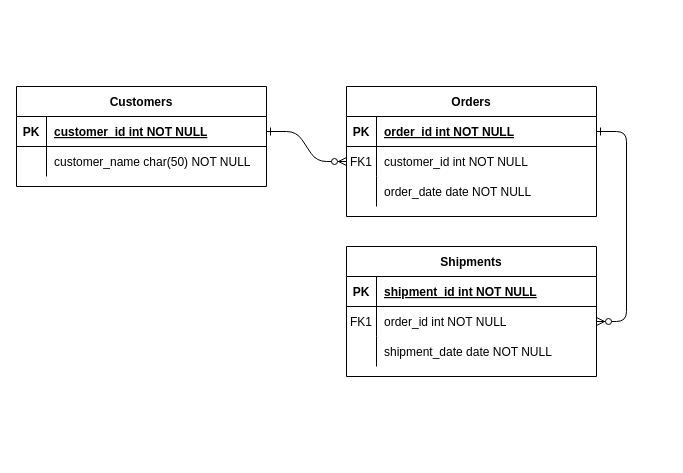
This is Untitled Diagram.drawio from arongsnuna/rsp, a draw.io file, before an edit. Source tidied: cells renumbered, new cells numbered last; positions are measured from the earlier drawing's top-left corner, leaving out a move shared by most shapes. Both pictures are drawn from the tidied source at 100%, with x=0, y=0 at pixel (16, 86).
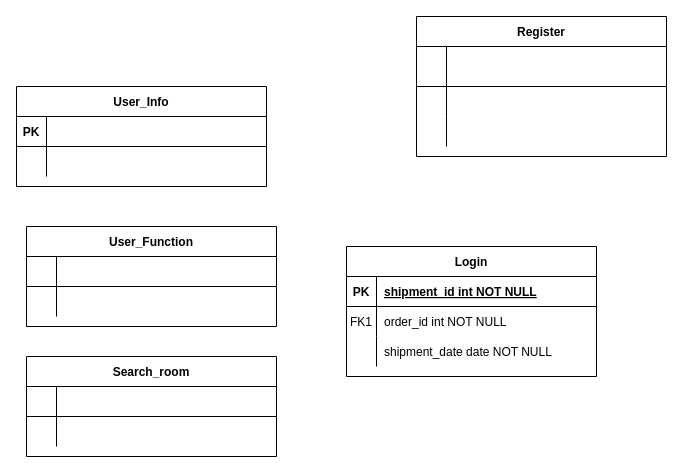
Above is the later version.

Unchanged cells that the change refers to:
```xml
<mxCell id="18" style="shape=partialRectangle;fillColor=none;points=[[0,0.5],[1,0.5]];portConstraint=eastwest;top=0;left=0;right=0;bottom=0;" parent="14" vertex="1">
  <mxGeometry y="60" width="250" height="30" as="geometry" />
</mxCell>
<mxCell id="25" style="shape=partialRectangle;fillColor=none;points=[[0,0.5],[1,0.5]];portConstraint=eastwest;top=0;left=0;right=0;bottom=1;" parent="24" vertex="1">
  <mxGeometry y="30" width="250" height="30" as="geometry" />
</mxCell>
<mxCell id="28" style="shape=partialRectangle;fillColor=none;top=0;left=0;right=0;bottom=0;" parent="24" vertex="1">
  <mxGeometry y="60" width="250" height="30" as="geometry" />
</mxCell>
```

The edit, as a diff of the source:
```diff
@@
-    <mxCell id="2" style="edgeStyle=entityRelationEdgeStyle;endArrow=ERzeroToMany;startArrow=ERone;endFill=1;startFill=0;" parent="1" edge="1" source="25" target="8">
-      <mxGeometry relative="1" as="geometry" />
-    </mxCell>
-    <mxCell id="3" style="edgeStyle=entityRelationEdgeStyle;endArrow=ERzeroToMany;startArrow=ERone;endFill=1;startFill=0;" parent="1" edge="1" source="5" target="18">
-      <mxGeometry relative="1" as="geometry" />
-    </mxCell>
-    <mxCell id="4" value="Orders" style="shape=table;startSize=30;childLayout=tableLayout;rowLines=0;fontStyle=1;align=center;" parent="1" vertex="1">
-      <mxGeometry x="330" width="250" height="130" as="geometry" />
+    <mxCell id="4" value="Register" style="shape=table;startSize=30;childLayout=tableLayout;rowLines=0;fontStyle=1;align=center;" parent="1" vertex="1">
+      <mxGeometry x="400" y="-70" width="250" height="140" as="geometry" />
     </mxCell>
     <mxCell id="5" style="shape=partialRectangle;fillColor=none;points=[[0,0.5],[1,0.5]];portConstraint=eastwest;top=0;left=0;right=0;bottom=1;" parent="4" vertex="1">
-      <mxGeometry y="30" width="250" height="30" as="geometry" />
+      <mxGeometry y="30" width="250" height="40" as="geometry" />
     </mxCell>
-    <mxCell id="6" value="PK" style="shape=partialRectangle;overflow=hidden;fillColor=none;top=0;left=0;bottom=0;right=0;fontStyle=1;" parent="5" vertex="1">
-      <mxGeometry width="30" height="30" as="geometry" />
+    <mxCell id="6" style="shape=partialRectangle;overflow=hidden;fillColor=none;top=0;left=0;bottom=0;right=0;fontStyle=1;" parent="5" vertex="1">
+      <mxGeometry width="30" height="40" as="geometry" />
     </mxCell>
-    <mxCell id="7" value="order_id int NOT NULL " style="shape=partialRectangle;overflow=hidden;fillColor=none;top=0;left=0;bottom=0;right=0;align=left;spacingLeft=6;fontStyle=5;" parent="5" vertex="1">
-      <mxGeometry x="30" width="220" height="30" as="geometry" />
+    <mxCell id="7" style="shape=partialRectangle;overflow=hidden;fillColor=none;top=0;left=0;bottom=0;right=0;align=left;spacingLeft=6;fontStyle=5;" parent="5" vertex="1">
+      <mxGeometry x="30" width="220" height="40" as="geometry" />
     </mxCell>
     <mxCell id="8" style="shape=partialRectangle;fillColor=none;points=[[0,0.5],[1,0.5]];portConstraint=eastwest;top=0;left=0;right=0;bottom=0;" parent="4" vertex="1">
-      <mxGeometry y="60" width="250" height="30" as="geometry" />
+      <mxGeometry y="70" width="250" height="30" as="geometry" />
     </mxCell>
-    <mxCell id="9" value="FK1" style="shape=partialRectangle;overflow=hidden;fillColor=none;top=0;left=0;bottom=0;right=0;" parent="8" vertex="1">
+    <mxCell id="9" style="shape=partialRectangle;overflow=hidden;fillColor=none;top=0;left=0;bottom=0;right=0;" parent="8" vertex="1">
       <mxGeometry width="30" height="30" as="geometry" />
     </mxCell>
-    <mxCell id="10" value="customer_id int NOT NULL" style="shape=partialRectangle;overflow=hidden;fillColor=none;top=0;left=0;bottom=0;right=0;align=left;spacingLeft=6;" parent="8" vertex="1">
+    <mxCell id="10" style="shape=partialRectangle;overflow=hidden;fillColor=none;top=0;left=0;bottom=0;right=0;align=left;spacingLeft=6;" parent="8" vertex="1">
       <mxGeometry x="30" width="220" height="30" as="geometry" />
     </mxCell>
     <mxCell id="11" style="shape=partialRectangle;fillColor=none;top=0;left=0;right=0;bottom=0;" parent="4" vertex="1">
-      <mxGeometry y="90" width="250" height="30" as="geometry" />
+      <mxGeometry y="100" width="250" height="30" as="geometry" />
     </mxCell>
@@
-    <mxCell id="13" value="order_date date NOT NULL" style="shape=partialRectangle;overflow=hidden;fillColor=none;top=0;left=0;bottom=0;right=0;align=left;spacingLeft=6;" parent="11" vertex="1">
+    <mxCell id="13" style="shape=partialRectangle;overflow=hidden;fillColor=none;top=0;left=0;bottom=0;right=0;align=left;spacingLeft=6;" parent="11" vertex="1">
       <mxGeometry x="30" width="220" height="30" as="geometry" />
     </mxCell>
-    <mxCell id="14" value="Shipments" style="shape=table;startSize=30;childLayout=tableLayout;rowLines=0;fontStyle=1;align=center;" parent="1" vertex="1">
+    <mxCell id="14" value="Login" style="shape=table;startSize=30;childLayout=tableLayout;rowLines=0;fontStyle=1;align=center;" parent="1" vertex="1">
       <mxGeometry x="330" y="160" width="250" height="130" as="geometry" />
     </mxCell>
@@
-    <mxCell id="24" value="Customers" style="shape=table;startSize=30;childLayout=tableLayout;rowLines=0;fontStyle=1;align=center;" parent="1" vertex="1">
+    <mxCell id="24" value="User_Info" style="shape=table;startSize=30;childLayout=tableLayout;rowLines=0;fontStyle=1;align=center;" parent="1" vertex="1">
       <mxGeometry width="250" height="100" as="geometry" />
     </mxCell>
@@
-    <mxCell id="27" value="customer_id int NOT NULL " style="shape=partialRectangle;overflow=hidden;fillColor=none;top=0;left=0;bottom=0;right=0;align=left;spacingLeft=6;fontStyle=5;" parent="25" vertex="1">
+    <mxCell id="27" style="shape=partialRectangle;overflow=hidden;fillColor=none;top=0;left=0;bottom=0;right=0;align=left;spacingLeft=6;fontStyle=5;" parent="25" vertex="1">
       <mxGeometry x="30" width="220" height="30" as="geometry" />
     </mxCell>
@@
-    <mxCell id="30" value="customer_name char(50) NOT NULL" style="shape=partialRectangle;overflow=hidden;fillColor=none;top=0;left=0;bottom=0;right=0;align=left;spacingLeft=6;" parent="28" vertex="1">
+    <mxCell id="30" style="shape=partialRectangle;overflow=hidden;fillColor=none;top=0;left=0;bottom=0;right=0;align=left;spacingLeft=6;" parent="28" vertex="1">
       <mxGeometry x="30" width="220" height="30" as="geometry" />
     </mxCell>
+    <mxCell id="31" value="User_Function" style="shape=table;startSize=30;childLayout=tableLayout;rowLines=0;fontStyle=1;align=center;" parent="1" vertex="1">
+      <mxGeometry x="10" y="140" width="250" height="100" as="geometry" />
+    </mxCell>
+    <mxCell id="32" style="shape=partialRectangle;fillColor=none;top=0;left=0;right=0;bottom=1;" parent="31" vertex="1">
+      <mxGeometry y="30" width="250" height="30" as="geometry" />
+    </mxCell>
+    <mxCell id="33" style="shape=partialRectangle;overflow=hidden;fillColor=none;top=0;left=0;bottom=0;right=0;fontStyle=1;" parent="32" vertex="1">
+      <mxGeometry width="30" height="30" as="geometry" />
+    </mxCell>
+    <mxCell id="34" style="shape=partialRectangle;overflow=hidden;fillColor=none;top=0;left=0;bottom=0;right=0;align=left;spacingLeft=6;fontStyle=5;" parent="32" vertex="1">
+      <mxGeometry x="30" width="220" height="30" as="geometry" />
+    </mxCell>
+    <mxCell id="35" style="shape=partialRectangle;fillColor=none;top=0;left=0;right=0;bottom=0;" parent="31" vertex="1">
+      <mxGeometry y="60" width="250" height="30" as="geometry" />
+    </mxCell>
+    <mxCell id="36" style="shape=partialRectangle;overflow=hidden;fillColor=none;top=0;left=0;bottom=0;right=0;" parent="35" vertex="1">
+      <mxGeometry width="30" height="30" as="geometry" />
+    </mxCell>
+    <mxCell id="37" style="shape=partialRectangle;overflow=hidden;fillColor=none;top=0;left=0;bottom=0;right=0;align=left;spacingLeft=6;" parent="35" vertex="1">
+      <mxGeometry x="30" width="220" height="30" as="geometry" />
+    </mxCell>
+    <mxCell id="38" value="Search_room" style="shape=table;startSize=30;childLayout=tableLayout;rowLines=0;fontStyle=1;align=center;" parent="1" vertex="1">
+      <mxGeometry x="10" y="270" width="250" height="100" as="geometry" />
+    </mxCell>
+    <mxCell id="39" style="shape=partialRectangle;fillColor=none;top=0;left=0;right=0;bottom=1;" parent="38" vertex="1">
+      <mxGeometry y="30" width="250" height="30" as="geometry" />
+    </mxCell>
+    <mxCell id="40" style="shape=partialRectangle;overflow=hidden;fillColor=none;top=0;left=0;bottom=0;right=0;fontStyle=1;" parent="39" vertex="1">
+      <mxGeometry width="30" height="30" as="geometry" />
+    </mxCell>
+    <mxCell id="41" style="shape=partialRectangle;overflow=hidden;fillColor=none;top=0;left=0;bottom=0;right=0;align=left;spacingLeft=6;fontStyle=5;" parent="39" vertex="1">
+      <mxGeometry x="30" width="220" height="30" as="geometry" />
+    </mxCell>
+    <mxCell id="42" style="shape=partialRectangle;fillColor=none;top=0;left=0;right=0;bottom=0;" parent="38" vertex="1">
+      <mxGeometry y="60" width="250" height="30" as="geometry" />
+    </mxCell>
+    <mxCell id="43" style="shape=partialRectangle;overflow=hidden;fillColor=none;top=0;left=0;bottom=0;right=0;" parent="42" vertex="1">
+      <mxGeometry width="30" height="30" as="geometry" />
+    </mxCell>
+    <mxCell id="44" style="shape=partialRectangle;overflow=hidden;fillColor=none;top=0;left=0;bottom=0;right=0;align=left;spacingLeft=6;" parent="42" vertex="1">
+      <mxGeometry x="30" width="220" height="30" as="geometry" />
+    </mxCell>
```
